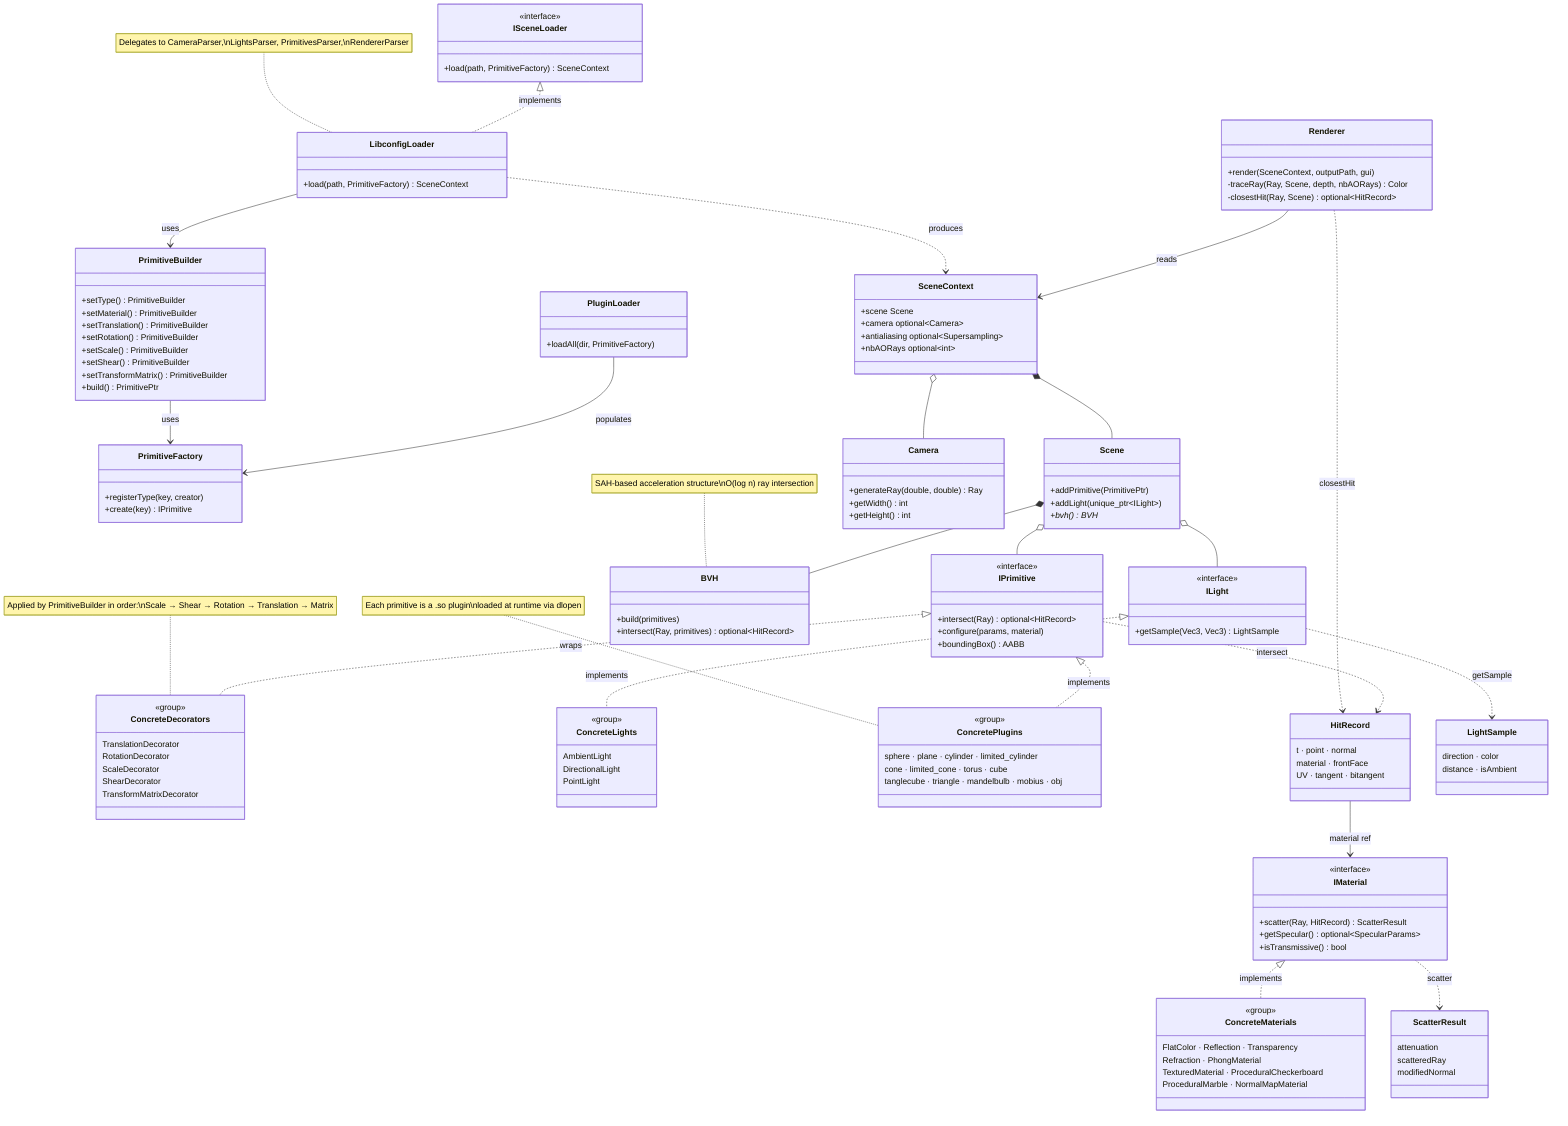
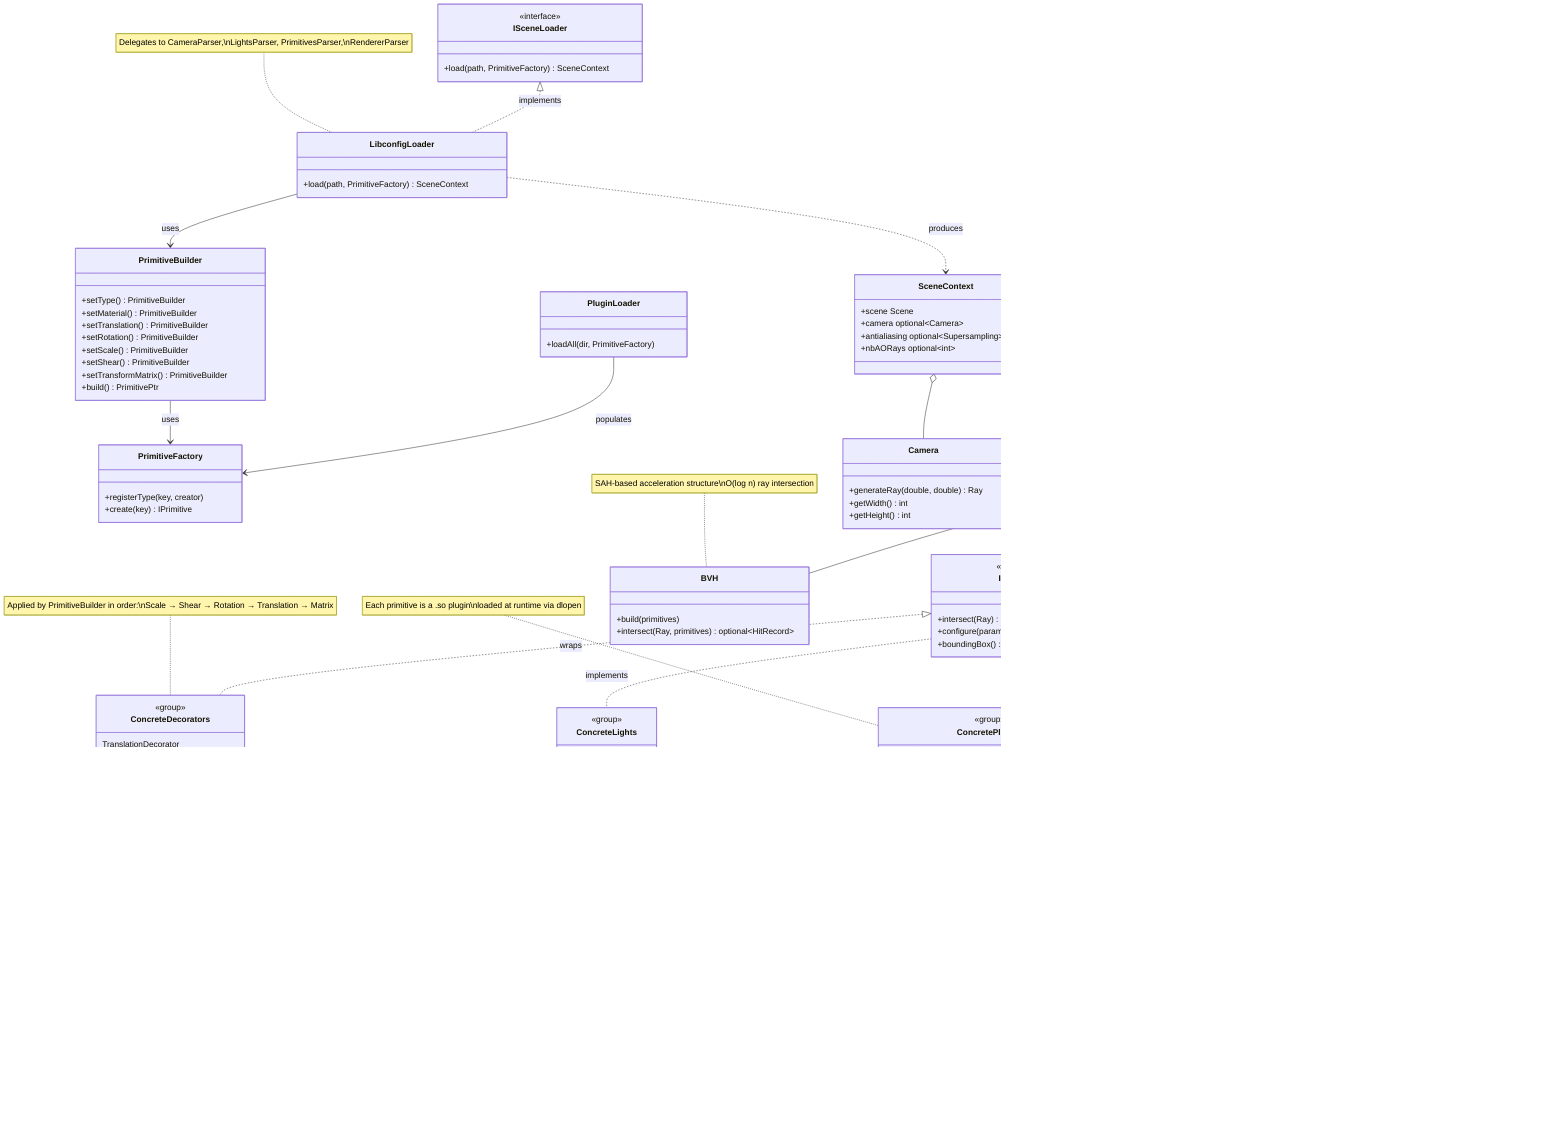
classDiagram
    direction TB

    %% ==================== Interfaces ====================

    class IPrimitive {
        <<interface>>
        +intersect(Ray) optional~HitRecord~
        +configure(params, material)
        +boundingBox() AABB
    }

    class IMaterial {
        <<interface>>
        +scatter(Ray, HitRecord) ScatterResult
        +getSpecular() optional~SpecularParams~
        +isTransmissive() bool
    }

    class ILight {
        <<interface>>
        +getSample(Vec3, Vec3) LightSample
    }

    class ISceneLoader {
        <<interface>>
        +load(path, PrimitiveFactory) SceneContext
    }

    %% ==================== Plugin loading ====================

    class PluginLoader {
        +loadAll(dir, PrimitiveFactory)
    }

    class PrimitiveFactory {
        +registerType(key, creator)
        +create(key) IPrimitive
    }

    %% ==================== Scene loading ====================

    class LibconfigLoader {
        +load(path, PrimitiveFactory) SceneContext
    }
    note for LibconfigLoader "Delegates to CameraParser,\nLightsParser, PrimitivesParser,\nRendererParser"

    class PrimitiveBuilder {
        +setType() PrimitiveBuilder
        +setMaterial() PrimitiveBuilder
        +setTranslation() PrimitiveBuilder
        +setRotation() PrimitiveBuilder
        +setScale() PrimitiveBuilder
        +setShear() PrimitiveBuilder
        +setTransformMatrix() PrimitiveBuilder
        +build() PrimitivePtr
    }

    %% ==================== Scene ====================

    class SceneContext {
        +scene Scene
        +camera optional~Camera~
        +antialiasing optional~Supersampling~
        +nbAORays optional~int~
    }

    class Scene {
        +addPrimitive(PrimitivePtr)
        +addLight(unique_ptr~ILight~)
        +bvh() BVH*
    }

    class Camera {
        +generateRay(double, double) Ray
        +getWidth() int
        +getHeight() int
    }

    class BVH {
        +build(primitives)
        +intersect(Ray, primitives) optional~HitRecord~
    }
    note for BVH "SAH-based acceleration structure\nO(log n) ray intersection"

    %% ==================== Rendering ====================

    class Renderer {
        +render(SceneContext, outputPath, gui)
        -traceRay(Ray, Scene, depth, nbAORays) Color
        -closestHit(Ray, Scene) optional~HitRecord~
    }

    %% ==================== Concrete implementations (grouped) ====================

    class ConcreteDecorators {
        <<group>>
        TranslationDecorator
        RotationDecorator
        ScaleDecorator
        ShearDecorator
        TransformMatrixDecorator
    }
    note for ConcreteDecorators "Applied by PrimitiveBuilder in order:\nScale → Shear → Rotation → Translation → Matrix"

    class ConcreteLights {
        <<group>>
        AmbientLight
        DirectionalLight
        PointLight
    }

    class ConcreteMaterials {
        <<group>>
        FlatColor · Reflection · Transparency
        Refraction · PhongMaterial
        TexturedMaterial · ProceduralCheckerboard
        ProceduralMarble · NormalMapMaterial
    }

    class ConcretePlugins {
        <<group>>
        sphere · plane · cylinder · limited_cylinder
        cone · limited_cone · torus · cube
        tanglecube · triangle · mandelbulb · mobius · obj
    }
    note for ConcretePlugins "Each primitive is a .so plugin\nloaded at runtime via dlopen"

    %% ==================== Data structs ====================

    class HitRecord {
        t · point · normal
        material · frontFace
        UV · tangent · bitangent
    }

    class LightSample {
        direction · color
        distance · isAmbient
    }

    class ScatterResult {
        attenuation
        scatteredRay
        modifiedNormal
+         applyDirectLighting
    }

    %% ==================== Relationships ====================

    %% Loading pipeline
    ISceneLoader <|.. LibconfigLoader : implements
    LibconfigLoader --> PrimitiveBuilder : uses
    LibconfigLoader ..> SceneContext : produces
    PrimitiveBuilder --> PrimitiveFactory : uses
    PluginLoader --> PrimitiveFactory : populates

    %% Scene structure
    SceneContext *-- Scene
    SceneContext o-- Camera
    Scene o-- IPrimitive
    Scene o-- ILight
    Scene *-- BVH

    %% Render pipeline
    Renderer --> SceneContext : reads
    Renderer ..> HitRecord : closestHit
    IPrimitive ..> HitRecord : intersect

    %% Interface implementations
    IPrimitive <|.. ConcretePlugins : implements
    IPrimitive <|.. ConcreteDecorators : wraps
    IMaterial <|.. ConcreteMaterials : implements
    ILight <|.. ConcreteLights : implements

    %% Data used by rendering
    IMaterial ..> ScatterResult : scatter
    ILight ..> LightSample : getSample
    HitRecord --> IMaterial : material ref
